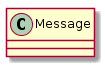
Before: report/figures/design/class/core/message.png, a diagram exported from PlantUML (geoffjay/comp8506-docs). Source of this version:
```plantuml
@startuml
class Message {
}
@enduml
```
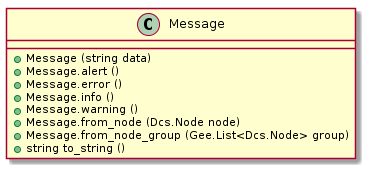
Later version of the same file.

What changed in the source:
```diff
@@ -1,4 +1,12 @@
 @startuml
 class Message {
+    +Message (string data)
+    +Message.alert ()
+    +Message.error ()
+    +Message.info ()
+    +Message.warning ()
+    +Message.from_node (Dcs.Node node)
+    +Message.from_node_group (Gee.List<Dcs.Node> group)
+    +string to_string ()
 }
 @enduml
```
